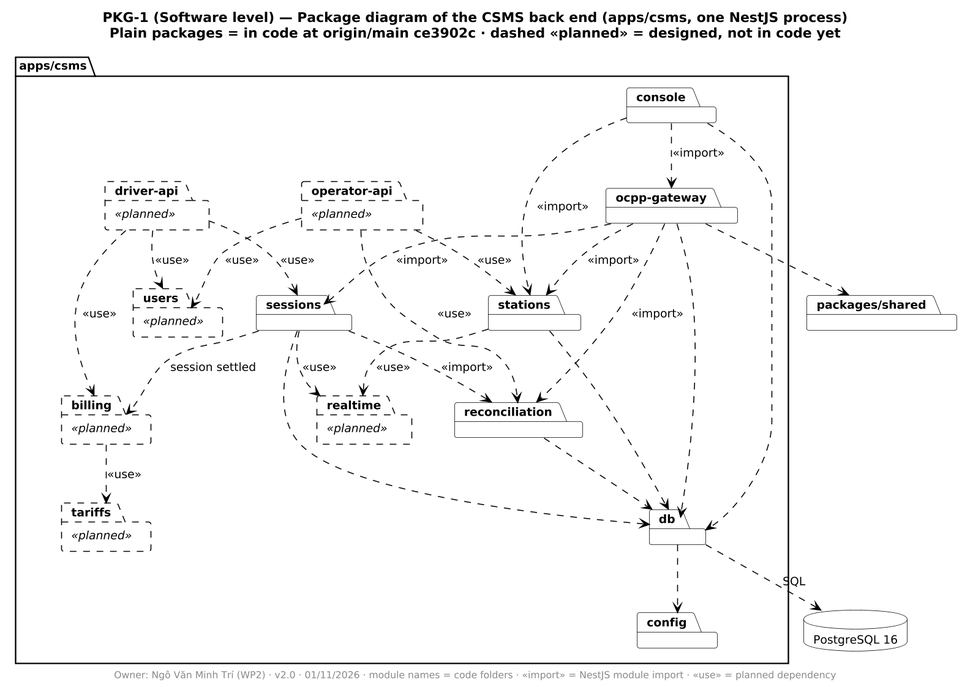
This is diagrams/report4/package/PKG-1/PKG-1.png from PowerMeApp/powerme, a PlantUML export, as it was before one commit.
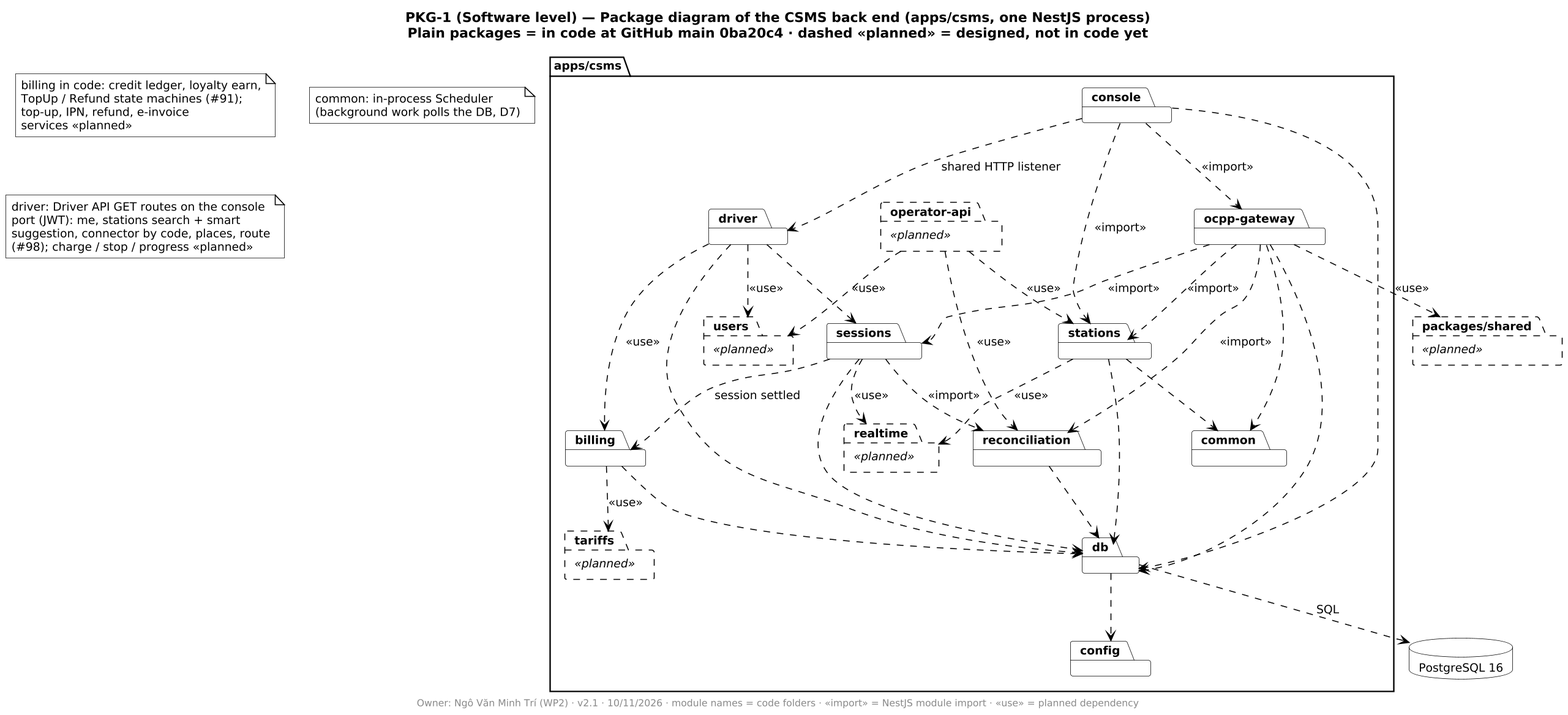
The same diagram one commit later.

Diff of the diagram source:
```diff
@@ -2,8 +2,8 @@
 !include ../_style.iuml
 skinparam nodesep 35
 skinparam ranksep 45
-title PKG-1 (Software level) — Package diagram of the CSMS back end (apps/csms, one NestJS process)\nPlain packages = in code at origin/main ce3902c · dashed «planned» = designed, not in code yet
-footer Owner: Ngô Văn Minh Trí (WP2) · v2.0 · 01/11/2026 · module names = code folders · «import» = NestJS module import · «use» = planned dependency
+title PKG-1 (Software level) — Package diagram of the CSMS back end (apps/csms, one NestJS process)\nPlain packages = in code at GitHub main 0ba20c4 · dashed «planned» = designed, not in code yet
+footer Owner: Ngô Văn Minh Trí (WP2) · v2.1 · 10/11/2026 · module names = code folders · «import» = NestJS module import · «use» = planned dependency
 
 package "apps/csms" {
   package "ocpp-gateway" {
@@ -20,11 +20,13 @@
   }
   package "config" {
   }
-  package "driver-api" <<planned>> #line.dashed {
+  package "billing" {
+  }
+  package "common" {
+  }
+  package "driver" {
   }
   package "operator-api" <<planned>> #line.dashed {
-  }
-  package "billing" <<planned>> #line.dashed {
   }
   package "tariffs" <<planned>> #line.dashed {
   }
@@ -33,8 +35,11 @@
   package "realtime" <<planned>> #line.dashed {
   }
 }
-package "packages/shared" {
+package "packages/shared" <<planned>> #line.dashed {
 }
+note "billing in code: credit ledger, loyalty earn,\nTopUp / Refund state machines (#91);\ntop-up, IPN, refund, e-invoice\nservices «planned»" as NB
+note "common: in-process Scheduler\n(background work polls the DB, D7)" as NC
+note "driver: Driver API GET routes on the console\nport (JWT): me, stations search + smart\nsuggestion, connector by code, places, route\n(#98); charge / stop / progress «planned»" as ND
 database "PostgreSQL 16" as PG
 
 "ocpp-gateway" ..> "sessions" : <<import>>
@@ -48,19 +53,24 @@
 "reconciliation" ..> "db"
 "stations" ..> "db"
 "console" ..> "db"
+"console" ..> "driver" : shared HTTP listener
+"driver" ..> "sessions"
+"driver" ..> "db"
+"billing" ..> "db"
+"ocpp-gateway" ..> "common"
+"stations" ..> "common"
 "db" ..> PG : SQL
 "db" ..> "config"
 
-"driver-api" .[dashed].> "sessions" : <<use>>
 "operator-api" .[dashed].> "stations" : <<use>>
 "operator-api" .[dashed].> "reconciliation" : <<use>>
 "sessions" .[dashed].> "billing" : session settled
 "billing" .[dashed].> "tariffs" : <<use>>
-"driver-api" .[dashed].> "billing" : <<use>>
-"driver-api" .[dashed].> "users" : <<use>>
+"driver" .[dashed].> "billing" : <<use>>
+"driver" .[dashed].> "users" : <<use>>
 "operator-api" .[dashed].> "users" : <<use>>
 "sessions" .[dashed].> "realtime" : <<use>>
 "stations" .[dashed].> "realtime" : <<use>>
-"ocpp-gateway" ..> "packages/shared"
+"ocpp-gateway" .[dashed].> "packages/shared" : <<use>>
 
 @enduml
```
